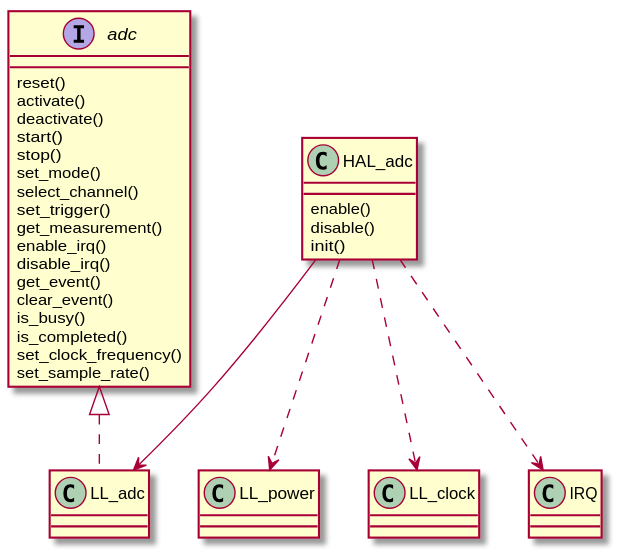
This is docs/source/assets/images/adc.svg from onkwon/halmcu, a PlantUML export, as it was before one commit.
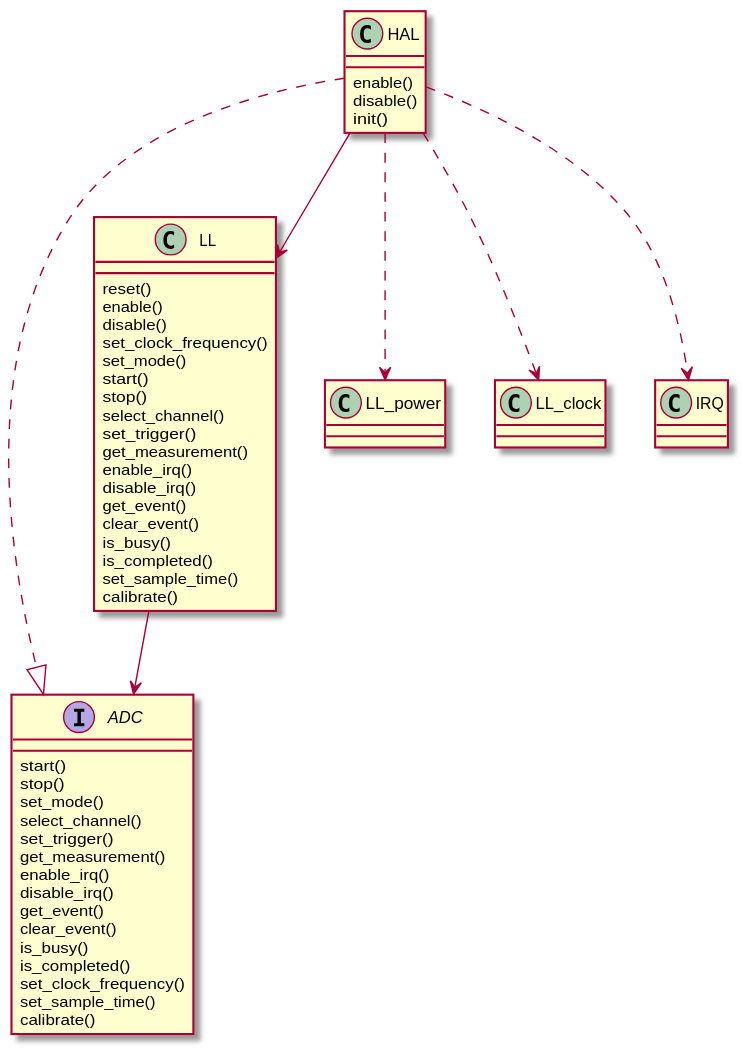
After the change.

Change to the diagram source:
```diff
@@ -1,8 +1,5 @@
 @startuml
-interface adc {
-	reset()
-	activate()
-	deactivate()
+interface ADC {
 	start()
 	stop()
 	set_mode()
@@ -16,21 +13,41 @@
 	is_busy()
 	is_completed()
 	set_clock_frequency()
-	set_sample_rate()
+	set_sample_time()
+	calibrate()
 }
 
-class LL_adc {
+class LL {
+	reset()
+	enable()
+	disable()
+	set_clock_frequency()
+	set_mode()
+	start()
+	stop()
+	select_channel()
+	set_trigger()
+	get_measurement()
+	enable_irq()
+	disable_irq()
+	get_event()
+	clear_event()
+	is_busy()
+	is_completed()
+	set_sample_time()
+	calibrate()
 }
 
-class HAL_adc {
+class HAL {
 	enable()
 	disable()
 	init()
 }
 
-adc <|.. LL_adc
-HAL_adc --> LL_adc
-HAL_adc ..> LL_power
-HAL_adc ..> LL_clock
-HAL_adc ..> IRQ
+HAL ..|> ADC
+HAL --> LL
+HAL ..> LL_power
+HAL ..> LL_clock
+HAL ..> IRQ
+LL --> ADC
 @enduml
```
